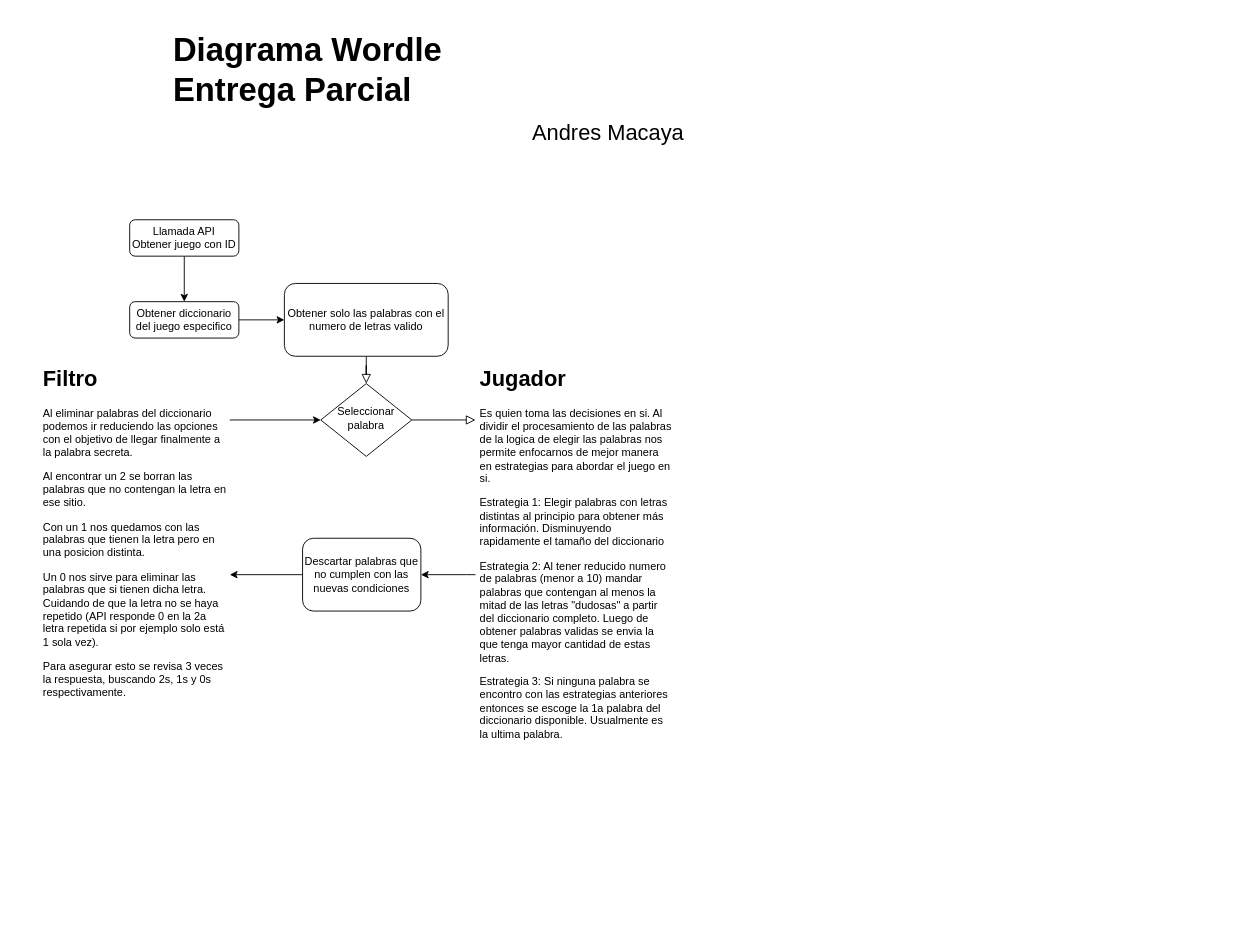
The draw.io diagram Diagrama.drawio in Macaya25/WordlePlayer, before the edit. Source tidied: cells renumbered, new cells numbered last; positions are measured from the earlier drawing's top-left corner, leaving out a move shared by most shapes. Both pictures are drawn from the tidied source at 91%, with x=0, y=0 at pixel (38, 19).
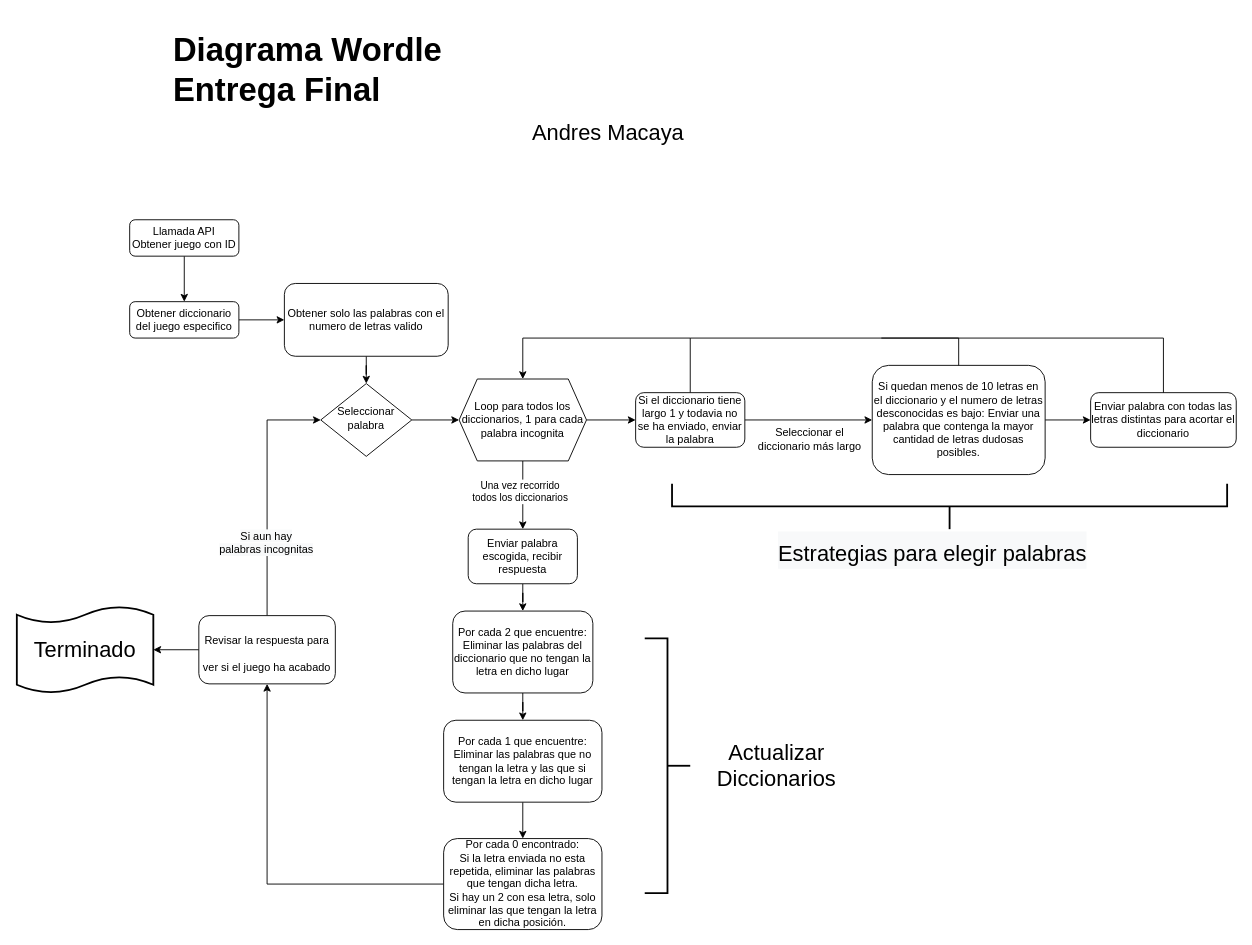
After the change.

Unchanged cells that the change refers to:
```xml
<mxCell id="3" value="Obtener solo las palabras con el numero de letras valido" style="rounded=1;whiteSpace=wrap;html=1;fontSize=12;glass=0;strokeWidth=1;shadow=0;" parent="1" vertex="1">
  <mxGeometry x="270" y="290" width="180" height="80" as="geometry" />
</mxCell>
<mxCell id="5" value="Seleccionar&lt;br&gt;palabra" style="rhombus;whiteSpace=wrap;html=1;shadow=0;fontFamily=Helvetica;fontSize=12;align=center;strokeWidth=1;spacing=6;spacingTop=-4;" parent="1" vertex="1">
  <mxGeometry x="310" y="400" width="100" height="80" as="geometry" />
</mxCell>
```

Diff of the diagram source:
```diff
@@
-    <mxCell id="2" style="rounded=0;html=1;jettySize=auto;fontSize=11;endArrow=block;endFill=0;endSize=8;strokeWidth=1;shadow=0;labelBackgroundColor=none;edgeStyle=orthogonalEdgeStyle;" parent="1" edge="1" source="3" target="5">
+    <mxCell id="2" style="edgeStyle=orthogonalEdgeStyle;rounded=0;jettySize=auto;html=1;" parent="1" edge="1" source="3" target="5">
       <mxGeometry relative="1" as="geometry" />
     </mxCell>
@@
-    <mxCell id="4" style="rounded=0;html=1;jettySize=auto;fontSize=11;endArrow=block;endFill=0;endSize=8;strokeWidth=1;shadow=0;labelBackgroundColor=none;edgeStyle=orthogonalEdgeStyle;" parent="1" edge="1" source="5" target="15">
-      <mxGeometry y="20" relative="1" as="geometry">
-        <Array as="points">
-          <mxPoint x="460" y="440" />
-          <mxPoint x="460" y="440" />
-        </Array>
-      </mxGeometry>
-    </mxCell>
+    <mxCell id="18" style="edgeStyle=orthogonalEdgeStyle;rounded=0;jettySize=auto;html=1;" parent="1" edge="1" source="5" target="26">
+      <mxGeometry relative="1" as="geometry" />
+    </mxCell>
@@
-    <mxCell id="10" style="edgeStyle=orthogonalEdgeStyle;rounded=0;jettySize=auto;html=1;" parent="1" edge="1" source="11" target="13">
-      <mxGeometry relative="1" as="geometry">
-        <Array as="points">
-          <mxPoint x="240" y="610" />
-          <mxPoint x="240" y="610" />
-        </Array>
-      </mxGeometry>
-    </mxCell>
-    <mxCell id="11" value="Descartar palabras que no cumplen con las nuevas condiciones" style="rounded=1;whiteSpace=wrap;html=1;" parent="1" vertex="1">
-      <mxGeometry x="290" y="570" width="130" height="80" as="geometry" />
-    </mxCell>
-    <mxCell id="12" style="edgeStyle=orthogonalEdgeStyle;rounded=0;jettySize=auto;html=1;entryX=0;entryY=0.5;entryDx=0;entryDy=0;" parent="1" edge="1" source="13" target="5">
-      <mxGeometry relative="1" as="geometry">
-        <Array as="points">
-          <mxPoint x="220" y="440" />
-          <mxPoint x="220" y="440" />
-        </Array>
-      </mxGeometry>
-    </mxCell>
-    <mxCell id="13" value="&lt;h1&gt;Filtro&lt;/h1&gt;&lt;p&gt;Al eliminar palabras del diccionario podemos ir reduciendo las opciones con el objetivo de llegar finalmente a la palabra secreta.&lt;/p&gt;&lt;p&gt;Al encontrar un 2 se borran las palabras que no contengan la letra en ese sitio.&lt;/p&gt;&lt;p&gt;Con un 1 nos quedamos con las palabras que tienen la letra pero en una posicion distinta.&lt;/p&gt;&lt;p&gt;Un 0 nos sirve para eliminar las palabras que si tienen dicha letra. Cuidando de que la letra no se haya repetido (API responde 0 en la 2a letra repetida si por ejemplo solo está 1 sola vez).&lt;/p&gt;&lt;p&gt;Para asegurar esto se revisa 3 veces la respuesta, buscando 2s, 1s y 0s respectivamente.&lt;/p&gt;" style="text;html=1;strokeColor=none;fillColor=none;spacing=5;spacingTop=-20;whiteSpace=wrap;overflow=hidden;rounded=0;shadow=1;" parent="1" vertex="1">
-      <mxGeometry y="375" width="210" height="430" as="geometry" />
-    </mxCell>
-    <mxCell id="14" style="edgeStyle=orthogonalEdgeStyle;rounded=0;jettySize=auto;html=1;" parent="1" edge="1" source="15" target="11">
-      <mxGeometry relative="1" as="geometry">
-        <Array as="points">
-          <mxPoint x="470" y="610" />
-          <mxPoint x="470" y="610" />
-        </Array>
-      </mxGeometry>
-    </mxCell>
-    <mxCell id="15" value="&lt;h1&gt;Jugador&lt;/h1&gt;&lt;p&gt;Es quien toma las decisiones en si. Al dividir el procesamiento de las palabras de la logica de elegir las palabras nos permite enfocarnos de mejor manera en estrategias para abordar el juego en si.&lt;/p&gt;&lt;p&gt;Estrategia 1: Elegir palabras con letras distintas al principio para obtener más información. Disminuyendo rapidamente el tamaño del diccionario&lt;/p&gt;&lt;p&gt;Estrategia 2: Al tener reducido numero de palabras (menor a 10) mandar palabras que contengan al menos la mitad de las letras &quot;dudosas&quot; a partir del diccionario completo. Luego de obtener palabras validas se envia la que tenga mayor cantidad de estas letras.&lt;/p&gt;&lt;p&gt;Estrategia 3: Si ninguna palabra se encontro con las estrategias anteriores entonces se escoge la 1a palabra del diccionario disponible. Usualmente es la ultima palabra.&lt;/p&gt;&lt;p&gt;&lt;br&gt;&lt;/p&gt;&lt;p&gt;&lt;br&gt;&lt;/p&gt;" style="text;html=1;strokeColor=none;fillColor=none;spacing=5;spacingTop=-20;whiteSpace=wrap;overflow=hidden;rounded=0;shadow=1;" parent="1" vertex="1">
-      <mxGeometry x="480" y="375" width="220" height="435" as="geometry" />
-    </mxCell>
-    <mxCell id="16" value="&lt;font style=&quot;font-size: 36px;&quot;&gt;&lt;b style=&quot;&quot;&gt;Diagrama Wordle Entrega Parcial&lt;/b&gt;&lt;/font&gt;" style="text;html=1;strokeColor=none;fillColor=none;align=left;verticalAlign=middle;whiteSpace=wrap;rounded=0;shadow=1;" parent="1" vertex="1">
+    <mxCell id="16" value="&lt;font style=&quot;font-size: 36px;&quot;&gt;&lt;b style=&quot;&quot;&gt;Diagrama Wordle Entrega Final&lt;/b&gt;&lt;/font&gt;" style="text;html=1;strokeColor=none;fillColor=none;align=left;verticalAlign=middle;whiteSpace=wrap;rounded=0;shadow=1;" parent="1" vertex="1">
       <mxGeometry x="146" width="316" height="110" as="geometry" />
     </mxCell>
@@
+    <mxCell id="19" style="edgeStyle=orthogonalEdgeStyle;rounded=0;jettySize=auto;html=1;entryX=0.5;entryY=0;entryDx=0;entryDy=0;" parent="1" edge="1" source="22" target="26">
+      <mxGeometry relative="1" as="geometry">
+        <Array as="points">
+          <mxPoint x="716" y="350" />
+          <mxPoint x="532" y="350" />
+        </Array>
+      </mxGeometry>
+    </mxCell>
+    <mxCell id="20" style="edgeStyle=orthogonalEdgeStyle;rounded=0;jettySize=auto;html=1;entryX=0;entryY=0.5;entryDx=0;entryDy=0;" parent="1" edge="1" source="22" target="28">
+      <mxGeometry relative="1" as="geometry" />
+    </mxCell>
+    <mxCell id="21" value="Seleccionar el &lt;br&gt;diccionario más largo" style="edgeLabel;html=1;align=center;verticalAlign=middle;fontSize=12;" parent="20" vertex="1">
+      <mxGeometry x="-0.3" y="1" relative="1" as="geometry">
+        <mxPoint x="21" y="21" as="offset" />
+      </mxGeometry>
+    </mxCell>
+    <mxCell id="22" value="Si el diccionario tiene largo 1 y todavia no se ha enviado, enviar la palabra" style="rounded=1;whiteSpace=wrap;html=1;" parent="1" vertex="1">
+      <mxGeometry x="656" y="410" width="120" height="60" as="geometry" />
+    </mxCell>
+    <mxCell id="23" style="edgeStyle=orthogonalEdgeStyle;rounded=0;jettySize=auto;html=1;exitX=0.5;exitY=1;exitDx=0;exitDy=0;entryX=0.5;entryY=0;entryDx=0;entryDy=0;" parent="1" edge="1" source="26" target="33">
+      <mxGeometry relative="1" as="geometry" />
+    </mxCell>
+    <mxCell id="24" value="Una vez recorrido &lt;br&gt;todos los diccionarios" style="edgeLabel;html=1;align=center;verticalAlign=middle;" parent="23" vertex="1">
+      <mxGeometry x="-0.29" y="-1" relative="1" as="geometry">
+        <mxPoint x="-3" y="6" as="offset" />
+      </mxGeometry>
+    </mxCell>
+    <mxCell id="25" style="edgeStyle=orthogonalEdgeStyle;rounded=0;jettySize=auto;html=1;" parent="1" edge="1" source="26" target="22">
+      <mxGeometry relative="1" as="geometry" />
+    </mxCell>
+    <mxCell id="26" value="Loop para todos los diccionarios, 1 para cada palabra incognita" style="shape=hexagon;perimeter=hexagonPerimeter2;whiteSpace=wrap;html=1;fixedSize=1;" parent="1" vertex="1">
+      <mxGeometry x="462" y="395" width="140" height="90" as="geometry" />
+    </mxCell>
+    <mxCell id="27" style="edgeStyle=orthogonalEdgeStyle;rounded=0;jettySize=auto;html=1;" parent="1" edge="1" source="28" target="30">
+      <mxGeometry relative="1" as="geometry" />
+    </mxCell>
+    <mxCell id="28" value="Si quedan menos de 10 letras en el diccionario y el numero de letras desconocidas es bajo: Enviar una palabra que contenga la mayor cantidad de letras dudosas posibles." style="rounded=1;whiteSpace=wrap;html=1;" parent="1" vertex="1">
+      <mxGeometry x="916" y="380" width="190" height="120" as="geometry" />
+    </mxCell>
+    <mxCell id="29" style="endArrow=none;html=1;rounded=0;entryX=0.5;entryY=0;entryDx=0;entryDy=0;" parent="1" edge="1" target="28">
+      <mxGeometry relative="1" as="geometry">
+        <mxPoint x="716" y="350" as="sourcePoint" />
+        <Array as="points">
+          <mxPoint x="1011" y="350" />
+        </Array>
+      </mxGeometry>
+    </mxCell>
+    <mxCell id="30" value="Enviar palabra con todas las letras distintas para acortar el diccionario" style="rounded=1;whiteSpace=wrap;html=1;" parent="1" vertex="1">
+      <mxGeometry x="1156" y="410" width="160" height="60" as="geometry" />
+    </mxCell>
+    <mxCell id="31" style="endArrow=none;html=1;rounded=0;entryX=0.5;entryY=0;entryDx=0;entryDy=0;" parent="1" edge="1" target="30">
+      <mxGeometry relative="1" as="geometry">
+        <mxPoint x="926" y="350" as="sourcePoint" />
+        <Array as="points">
+          <mxPoint x="1236" y="350" />
+        </Array>
+      </mxGeometry>
+    </mxCell>
+    <mxCell id="32" style="edgeStyle=orthogonalEdgeStyle;rounded=0;jettySize=auto;html=1;" parent="1" edge="1" source="33" target="35">
+      <mxGeometry relative="1" as="geometry" />
+    </mxCell>
+    <mxCell id="33" value="Enviar palabra escogida, recibir respuesta" style="rounded=1;whiteSpace=wrap;html=1;" parent="1" vertex="1">
+      <mxGeometry x="472" y="560" width="120" height="60" as="geometry" />
+    </mxCell>
+    <mxCell id="34" style="edgeStyle=orthogonalEdgeStyle;rounded=0;jettySize=auto;html=1;" parent="1" edge="1" source="35" target="37">
+      <mxGeometry relative="1" as="geometry" />
+    </mxCell>
+    <mxCell id="35" value="Por cada 2 que encuentre: Eliminar las palabras del diccionario que no tengan la letra en dicho lugar" style="rounded=1;whiteSpace=wrap;html=1;" parent="1" vertex="1">
+      <mxGeometry x="455" y="650" width="154" height="90" as="geometry" />
+    </mxCell>
+    <mxCell id="36" style="edgeStyle=orthogonalEdgeStyle;rounded=0;jettySize=auto;html=1;" parent="1" edge="1" source="37" target="39">
+      <mxGeometry relative="1" as="geometry" />
+    </mxCell>
+    <mxCell id="37" value="Por cada 1 que encuentre:&lt;br&gt;Eliminar las palabras que no tengan la letra y las que si tengan la letra en dicho lugar" style="rounded=1;whiteSpace=wrap;html=1;" parent="1" vertex="1">
+      <mxGeometry x="445" y="770" width="174" height="90" as="geometry" />
+    </mxCell>
+    <mxCell id="38" style="edgeStyle=orthogonalEdgeStyle;rounded=0;jettySize=auto;html=1;fontSize=12;entryX=0.5;entryY=1;entryDx=0;entryDy=0;" parent="1" edge="1" source="39" target="47">
+      <mxGeometry relative="1" as="geometry" />
+    </mxCell>
+    <mxCell id="39" value="Por cada 0 encontrado:&lt;br&gt;Si la letra enviada no esta repetida, eliminar las palabras que tengan dicha letra.&lt;br&gt;Si hay un 2 con esa letra, solo eliminar las que tengan la letra en dicha posición." style="rounded=1;whiteSpace=wrap;html=1;" parent="1" vertex="1">
+      <mxGeometry x="445" y="900" width="174" height="100" as="geometry" />
+    </mxCell>
+    <mxCell id="40" style="strokeWidth=2;html=1;shape=mxgraph.flowchart.annotation_2;align=left;labelPosition=right;direction=west;" parent="1" vertex="1">
+      <mxGeometry x="666" y="680" width="50" height="280" as="geometry" />
+    </mxCell>
+    <mxCell id="41" value="&lt;font style=&quot;font-size: 24px;&quot;&gt;Actualizar Diccionarios&lt;/font&gt;" style="text;html=1;strokeColor=none;fillColor=none;align=center;verticalAlign=middle;whiteSpace=wrap;rounded=0;" parent="1" vertex="1">
+      <mxGeometry x="746" y="790" width="130" height="60" as="geometry" />
+    </mxCell>
+    <mxCell id="42" value="&lt;span style=&quot;color: rgb(0, 0, 0); font-family: Helvetica; font-style: normal; font-variant-ligatures: normal; font-variant-caps: normal; font-weight: 400; letter-spacing: normal; orphans: 2; text-align: center; text-indent: 0px; text-transform: none; widows: 2; word-spacing: 0px; -webkit-text-stroke-width: 0px; background-color: rgb(248, 249, 250); text-decoration-thickness: initial; text-decoration-style: initial; text-decoration-color: initial; float: none; display: inline !important;&quot;&gt;&lt;font style=&quot;font-size: 24px;&quot;&gt;Estrategias para elegir palabras&lt;/font&gt;&lt;/span&gt;" style="text;whiteSpace=wrap;html=1;fontSize=36;" parent="1" vertex="1">
+      <mxGeometry x="811" y="555" width="400" height="70" as="geometry" />
+    </mxCell>
+    <mxCell id="43" value="Terminado" style="shape=tape;whiteSpace=wrap;html=1;strokeWidth=2;size=0.19;fontSize=24;" parent="1" vertex="1">
+      <mxGeometry x="-24" y="645" width="150" height="95" as="geometry" />
+    </mxCell>
+    <mxCell id="44" style="edgeStyle=orthogonalEdgeStyle;rounded=0;jettySize=auto;html=1;fontSize=12;entryX=0;entryY=0.5;entryDx=0;entryDy=0;" parent="1" edge="1" source="47" target="5">
+      <mxGeometry relative="1" as="geometry" />
+    </mxCell>
+    <mxCell id="45" value="&lt;span style=&quot;background-color: rgb(248, 249, 250);&quot;&gt;Si aun hay &lt;br&gt;palabras incognitas&lt;/span&gt;" style="edgeLabel;html=1;align=center;verticalAlign=middle;fontSize=12;" parent="44" vertex="1">
+      <mxGeometry x="-0.41" y="2" relative="1" as="geometry" />
+    </mxCell>
+    <mxCell id="46" style="edgeStyle=orthogonalEdgeStyle;rounded=0;jettySize=auto;html=1;entryX=1;entryY=0.5;entryDx=0;entryDy=0;entryPerimeter=0;fontSize=12;" parent="1" edge="1" source="47" target="43">
+      <mxGeometry relative="1" as="geometry" />
+    </mxCell>
+    <mxCell id="47" value="&lt;font style=&quot;font-size: 12px;&quot;&gt;Revisar la respuesta para ver si el juego ha acabado&lt;/font&gt;" style="rounded=1;whiteSpace=wrap;html=1;fontSize=24;" parent="1" vertex="1">
+      <mxGeometry x="176" y="655" width="150" height="75" as="geometry" />
+    </mxCell>
+    <mxCell id="48" style="strokeWidth=2;html=1;shape=mxgraph.flowchart.annotation_2;align=left;labelPosition=right;direction=north;" parent="1" vertex="1">
+      <mxGeometry x="696" y="510" width="610" height="50" as="geometry" />
+    </mxCell>
```
